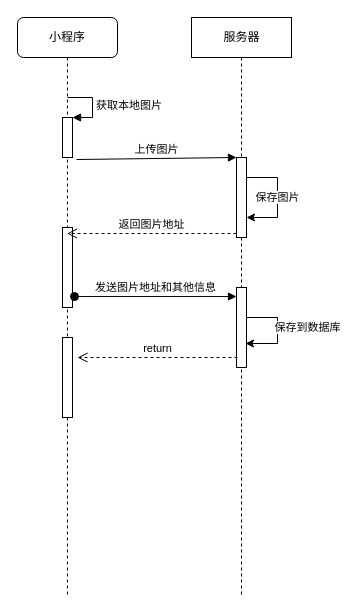
Earlier version of the draw.io diagram page "发布物品" (2 of 2) of secondHand/sequence.drawio (xy-hong/drawDiagram). Source tidied: cells renumbered, new cells numbered last; positions are measured from the earlier drawing's top-left corner, leaving out a move shared by most shapes. Both pictures are drawn from the tidied source at 100%, with x=0, y=0 at pixel (17, 17).
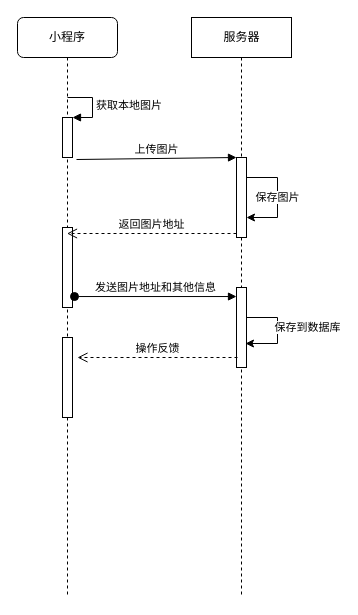
The same page after the edit.

Unchanged cells that the change refers to:
```xml
<mxCell id="9" style="html=1;points=[];perimeter=orthogonalPerimeter;" parent="7" vertex="1">
  <mxGeometry x="45" y="270" width="10" height="80" as="geometry" />
</mxCell>
```

Diff of the diagram source:
```diff
@@
-    <mxCell id="15" value="return" style="html=1;verticalAlign=bottom;endArrow=open;dashed=1;endSize=8;exitX=0.1;exitY=0.875;exitDx=0;exitDy=0;exitPerimeter=0;" parent="1" edge="1" source="9">
+    <mxCell id="15" value="操作反馈" style="html=1;verticalAlign=bottom;endArrow=open;dashed=1;endSize=8;exitX=0.1;exitY=0.875;exitDx=0;exitDy=0;exitPerimeter=0;" parent="1" edge="1" source="9">
       <mxGeometry relative="1" as="geometry">
         <mxPoint x="60" y="340" as="targetPoint" />
       </mxGeometry>
     </mxCell>
```
